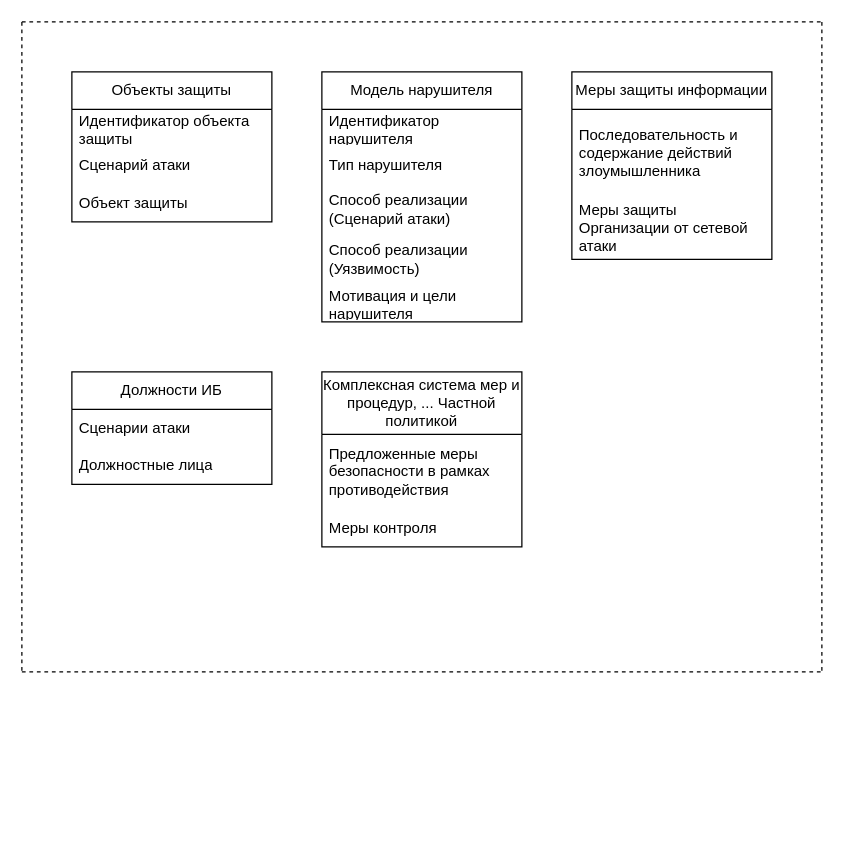
Before: (Старая схема ОПЗ) Частная политика.drawio in SmirnovBogdan8/Diplom, a draw.io diagram. Source tidied: cells renumbered, new cells numbered last; positions are measured from the earlier drawing's top-left corner, leaving out a move shared by most shapes. Both pictures are drawn from the tidied source at 125%, with x=0, y=0 at pixel (21, 21).
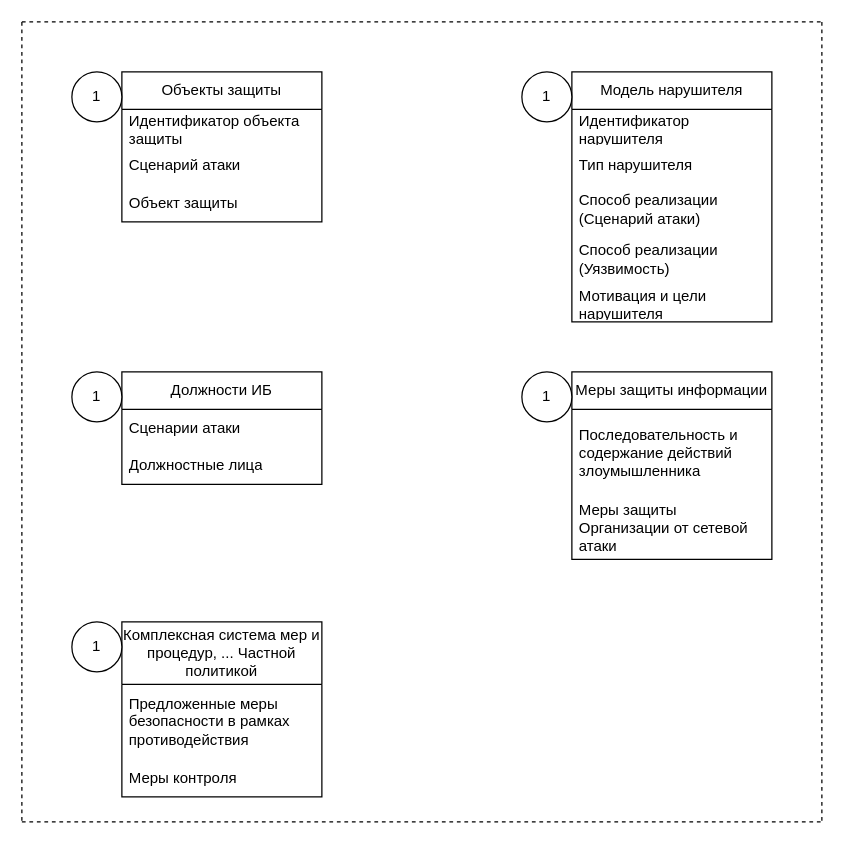
The same diagram, later.

Change to the diagram source:
```diff
@@
     <mxCell id="2" value="Объекты защиты" style="swimlane;fontStyle=0;horizontal=1;startSize=30;whiteSpace=wrap;html=1;" parent="1" vertex="1">
-      <mxGeometry x="40" y="40" width="160" height="120" as="geometry" />
+      <mxGeometry x="80" y="40" width="160" height="120" as="geometry" />
     </mxCell>
@@
     <mxCell id="6" value="Модель нарушителя" style="swimlane;fontStyle=0;horizontal=1;startSize=30;whiteSpace=wrap;html=1;" parent="1" vertex="1">
-      <mxGeometry x="240" y="40" width="160" height="200" as="geometry" />
+      <mxGeometry x="440" y="40" width="160" height="200" as="geometry" />
     </mxCell>
@@
     <mxCell id="12" value="Меры защиты информации" style="swimlane;fontStyle=0;horizontal=1;startSize=30;whiteSpace=wrap;html=1;" parent="1" vertex="1">
-      <mxGeometry x="440" y="40" width="160" height="150" as="geometry" />
+      <mxGeometry x="440" y="280" width="160" height="150" as="geometry" />
     </mxCell>
@@
     <mxCell id="16" style="endArrow=none;dashed=1;html=1;rounded=0;" parent="1" edge="1">
       <mxGeometry relative="1" as="geometry">
         <mxPoint as="sourcePoint" />
-        <mxPoint y="520" as="targetPoint" />
+        <mxPoint y="640" as="targetPoint" />
       </mxGeometry>
     </mxCell>
     <mxCell id="17" value="Должности ИБ" style="swimlane;fontStyle=0;horizontal=1;startSize=30;whiteSpace=wrap;html=1;" parent="1" vertex="1">
-      <mxGeometry x="40" y="280" width="160" height="90" as="geometry" />
+      <mxGeometry x="80" y="280" width="160" height="90" as="geometry" />
     </mxCell>
@@
     <mxCell id="20" style="endArrow=none;dashed=1;html=1;rounded=0;" parent="1" edge="1">
       <mxGeometry relative="1" as="geometry">
-        <mxPoint y="520" as="sourcePoint" />
-        <mxPoint x="640" y="520" as="targetPoint" />
+        <mxPoint y="640" as="sourcePoint" />
+        <mxPoint x="640" y="640" as="targetPoint" />
       </mxGeometry>
     </mxCell>
     <mxCell id="21" style="endArrow=none;dashed=1;html=1;rounded=0;" parent="1" edge="1">
       <mxGeometry relative="1" as="geometry">
         <mxPoint x="640" as="sourcePoint" />
-        <mxPoint x="640" y="520" as="targetPoint" />
+        <mxPoint x="640" y="640" as="targetPoint" />
       </mxGeometry>
     </mxCell>
     <mxCell id="22" value="Комплексная система мер и процедур, ... Частной политикой" style="swimlane;fontStyle=0;horizontal=1;startSize=50;whiteSpace=wrap;html=1;" parent="1" vertex="1">
-      <mxGeometry x="240" y="280" width="160" height="140" as="geometry" />
+      <mxGeometry x="80" y="480" width="160" height="140" as="geometry" />
     </mxCell>
@@
+    <mxCell id="25" value="1" style="ellipse;whiteSpace=wrap;html=1;" parent="1" vertex="1">
+      <mxGeometry x="40" y="40" width="40" height="40" as="geometry" />
+    </mxCell>
+    <mxCell id="26" value="1" style="ellipse;whiteSpace=wrap;html=1;" parent="1" vertex="1">
+      <mxGeometry x="400" y="40" width="40" height="40" as="geometry" />
+    </mxCell>
+    <mxCell id="27" value="1" style="ellipse;whiteSpace=wrap;html=1;" parent="1" vertex="1">
+      <mxGeometry x="40" y="280" width="40" height="40" as="geometry" />
+    </mxCell>
+    <mxCell id="28" value="1" style="ellipse;whiteSpace=wrap;html=1;" parent="1" vertex="1">
+      <mxGeometry x="400" y="280" width="40" height="40" as="geometry" />
+    </mxCell>
+    <mxCell id="29" value="1" style="ellipse;whiteSpace=wrap;html=1;" parent="1" vertex="1">
+      <mxGeometry x="40" y="480" width="40" height="40" as="geometry" />
+    </mxCell>
```
